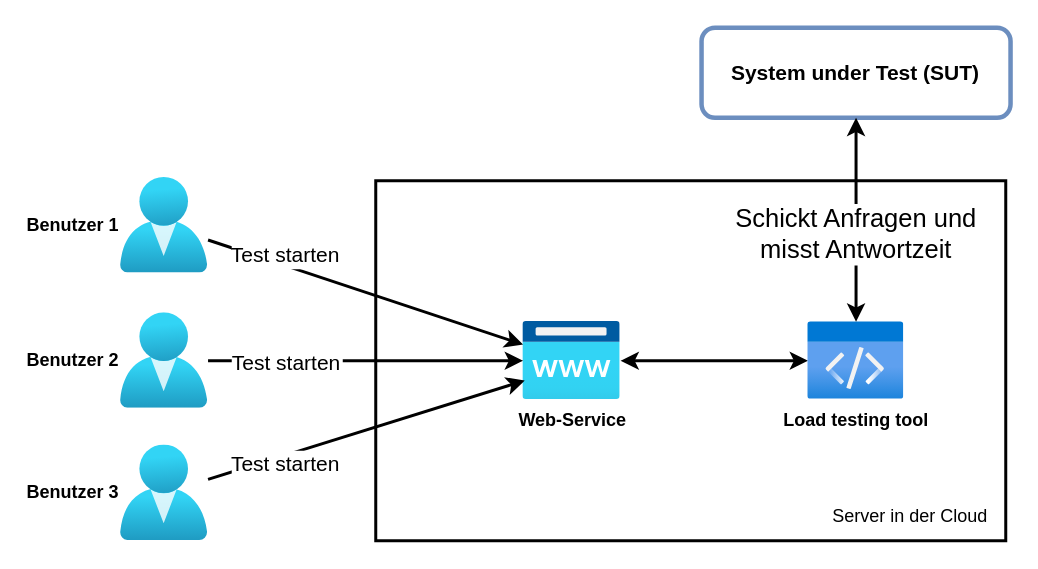
Earlier version of the draw.io diagram drawio/keineLastverteilung.drawio (JadKHaddad/Openfaas-Performance-Testing-as-a-Service). Source tidied: cells renumbered, new cells numbered last; positions are measured from the earlier drawing's top-left corner, leaving out a move shared by most shapes. Both pictures are drawn from the tidied source at 150%, with x=0, y=0 at pixel (120, 27).
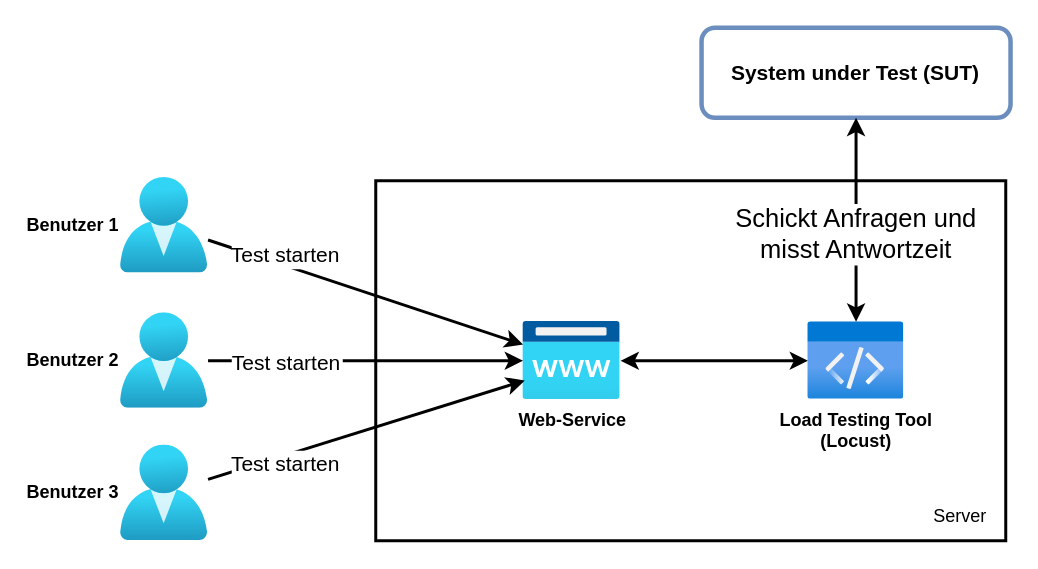
Above is the later version.

The edit, as a diff of the source:
```diff
@@
-    <mxCell id="7" value="Load testing tool" style="html=1;points=[];align=center;image;fontSize=12;image=img/lib/azure2/general/Code.svg;fontStyle=1;labelBackgroundColor=#FFFFFF;labelBorderColor=none;fontColor=default;" parent="1" vertex="1">
+    <mxCell id="7" value="Load Testing Tool&lt;br&gt;(Locust)" style="html=1;points=[];align=center;image;fontSize=12;image=img/lib/azure2/general/Code.svg;fontStyle=1;labelBackgroundColor=#FFFFFF;labelBorderColor=none;fontColor=default;" parent="1" vertex="1">
       <mxGeometry x="458.2" y="196" width="64" height="52" as="geometry" />
     </mxCell>
@@
-    <mxCell id="12" value="Server in der Cloud" style="text;html=1;strokeColor=none;fillColor=none;align=center;verticalAlign=middle;whiteSpace=wrap;rounded=0;" parent="1" vertex="1">
-      <mxGeometry x="465" y="311" width="123" height="30" as="geometry" />
+    <mxCell id="12" value="Server&amp;nbsp;" style="text;html=1;strokeColor=none;fillColor=none;align=center;verticalAlign=middle;whiteSpace=wrap;rounded=0;" parent="1" vertex="1">
+      <mxGeometry x="534" y="311" width="55" height="30" as="geometry" />
     </mxCell>
```
